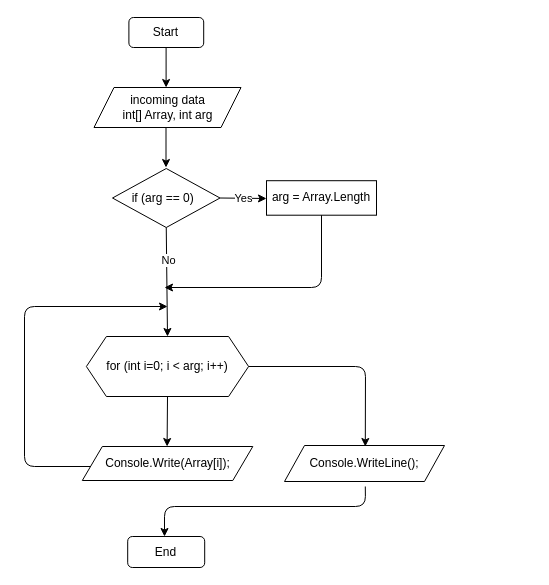
Earlier version of the draw.io diagram 2021/BlockDiagram/PrintArray_method.drawio (AbubakirovRA/FinalWork2021). Source tidied: cells renumbered, new cells numbered last; positions are measured from the earlier drawing's top-left corner, leaving out a move shared by most shapes. Both pictures are drawn from the tidied source at 100%, with x=0, y=0 at pixel (24, 17).
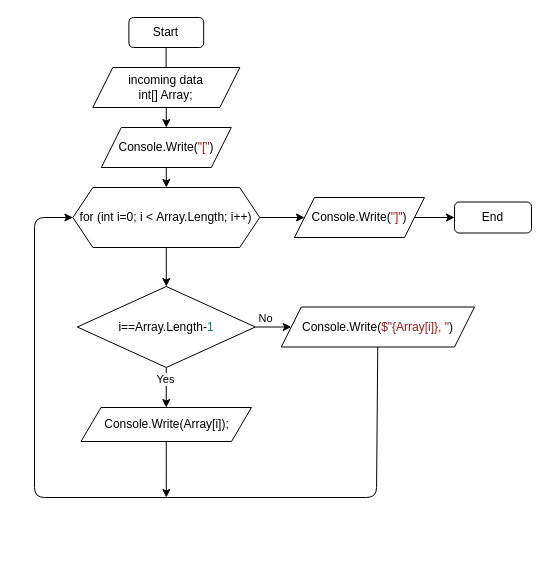
Above is the later version.

Commit message (it also covers changes not shown here):
Change block diagrams

Diff of the diagram source:
```diff
@@
+    <mxCell id="21" style="edgeStyle=none;html=1;entryX=0.5;entryY=0;entryDx=0;entryDy=0;" parent="1" edge="1" source="4" target="19">
+      <mxGeometry relative="1" as="geometry" />
+    </mxCell>
+    <mxCell id="14" value="Yes" style="edgeLabel;html=1;align=center;verticalAlign=middle;" parent="21" vertex="1">
+      <mxGeometry x="-0.41" y="-1" relative="1" as="geometry" />
+    </mxCell>
+    <mxCell id="22" style="edgeStyle=none;html=1;entryX=0;entryY=0.5;entryDx=0;entryDy=0;" parent="1" edge="1" source="4" target="28">
+      <mxGeometry relative="1" as="geometry" />
+    </mxCell>
+    <mxCell id="16" value="No" style="edgeLabel;html=1;align=center;verticalAlign=middle;" parent="22" vertex="1">
+      <mxGeometry x="0.41" y="1" relative="1" as="geometry">
+        <mxPoint x="-15" y="-8" as="offset" />
+      </mxGeometry>
+    </mxCell>
-    <mxCell id="4" value="if (arg == 0)&amp;nbsp;&amp;nbsp;" style="rhombus;whiteSpace=wrap;html=1;" parent="1" vertex="1">
-      <mxGeometry x="88" y="151" width="107.5" height="59" as="geometry" />
+    <mxCell id="4" value="&lt;div style=&quot;background-color: rgb(255 , 255 , 255) ; line-height: 19px&quot;&gt;&lt;font style=&quot;font-size: 12px&quot;&gt;i==Array.Length-&lt;span style=&quot;color: rgb(9 , 134 , 88)&quot;&gt;1&lt;/span&gt;&lt;/font&gt;&lt;/div&gt;" style="rhombus;whiteSpace=wrap;html=1;" parent="1" vertex="1">
+      <mxGeometry x="52.8" y="269" width="178" height="81" as="geometry" />
     </mxCell>
+    <mxCell id="23" style="edgeStyle=none;html=1;exitX=0.5;exitY=1;exitDx=0;exitDy=0;entryX=0.5;entryY=0;entryDx=0;entryDy=0;" parent="1" edge="1" source="5" target="4">
+      <mxGeometry relative="1" as="geometry" />
+    </mxCell>
+    <mxCell id="24" style="edgeStyle=none;html=1;" parent="1" edge="1" source="5" target="30">
+      <mxGeometry relative="1" as="geometry" />
+    </mxCell>
-    <mxCell id="5" value="for (int i=0; i &amp;lt; arg; i++)" style="shape=hexagon;perimeter=hexagonPerimeter2;whiteSpace=wrap;html=1;fixedSize=1;" parent="1" vertex="1">
-      <mxGeometry x="61.9" y="319" width="162.2" height="60" as="geometry" />
+    <mxCell id="5" value="for (int i=0; i &amp;lt;&amp;nbsp;Array.Length; i++)" style="shape=hexagon;perimeter=hexagonPerimeter2;whiteSpace=wrap;html=1;fixedSize=1;" parent="1" vertex="1">
+      <mxGeometry x="48.4" y="170" width="186.8" height="60" as="geometry" />
     </mxCell>
-    <mxCell id="6" style="endArrow=classic;html=1;exitX=0.5;exitY=1;exitDx=0;exitDy=0;" parent="1" edge="1" source="5">
-      <mxGeometry relative="1" as="geometry">
-        <mxPoint x="142.6" y="429" as="targetPoint" />
-      </mxGeometry>
-    </mxCell>
     <mxCell id="7" value="End" style="rounded=1;whiteSpace=wrap;html=1;" parent="1" vertex="1">
-      <mxGeometry x="103.2" y="519" width="77" height="31" as="geometry" />
+      <mxGeometry x="430" y="184.5" width="77" height="31" as="geometry" />
     </mxCell>
-    <mxCell id="8" style="endArrow=classic;html=1;exitX=0.5;exitY=1;exitDx=0;exitDy=0;" parent="1" edge="1">
-      <mxGeometry relative="1" as="geometry">
-        <mxPoint x="340.8" y="469" as="sourcePoint" />
-        <mxPoint x="140" y="519" as="targetPoint" />
-        <Array as="points">
-          <mxPoint x="341" y="489" />
-          <mxPoint x="140" y="489" />
-        </Array>
-      </mxGeometry>
-    </mxCell>
-    <mxCell id="9" style="endArrow=classic;html=1;exitX=0;exitY=0.5;exitDx=0;exitDy=0;" parent="1" edge="1">
-      <mxGeometry relative="1" as="geometry">
-        <mxPoint x="77" y="449" as="sourcePoint" />
-        <mxPoint x="143" y="289" as="targetPoint" />
-        <Array as="points">
-          <mxPoint y="449" />
-          <mxPoint y="289" />
-        </Array>
-      </mxGeometry>
-    </mxCell>
-    <mxCell id="10" style="endArrow=classic;html=1;entryX=0.5;entryY=0;entryDx=0;entryDy=0;exitX=1;exitY=0.5;exitDx=0;exitDy=0;" parent="1" edge="1" source="5">
-      <mxGeometry relative="1" as="geometry">
-        <mxPoint x="340.8" y="429" as="targetPoint" />
-        <Array as="points">
-          <mxPoint x="341" y="349" />
-        </Array>
-      </mxGeometry>
-    </mxCell>
-    <mxCell id="11" style="endArrow=classic;html=1;" parent="1" edge="1">
-      <mxGeometry relative="1" as="geometry">
-        <mxPoint x="141.5" y="110" as="sourcePoint" />
-        <mxPoint x="141.5" y="150" as="targetPoint" />
-      </mxGeometry>
-    </mxCell>
-    <mxCell id="12" value="&lt;span&gt;arg = Array.Length&lt;/span&gt;" style="rounded=0;whiteSpace=wrap;html=1;" parent="1" vertex="1">
-      <mxGeometry x="242" y="163.2" width="110" height="34.5" as="geometry" />
-    </mxCell>
-    <mxCell id="13" style="endArrow=classic;html=1;exitX=1;exitY=0.5;exitDx=0;exitDy=0;" parent="1" edge="1" source="4">
-      <mxGeometry relative="1" as="geometry">
-        <mxPoint x="242" y="181" as="targetPoint" />
-      </mxGeometry>
-    </mxCell>
-    <mxCell id="14" value="Yes" style="edgeLabel;html=1;align=center;verticalAlign=middle;" parent="13" vertex="1">
-      <mxGeometry x="-0.39" y="-2" relative="1" as="geometry">
-        <mxPoint x="9" y="-2" as="offset" />
-      </mxGeometry>
-    </mxCell>
-    <mxCell id="15" style="endArrow=classic;html=1;exitX=0.5;exitY=1;exitDx=0;exitDy=0;entryX=0.5;entryY=0;entryDx=0;entryDy=0;" parent="1" edge="1" source="4" target="5">
-      <mxGeometry relative="1" as="geometry" />
-    </mxCell>
-    <mxCell id="16" value="No" style="edgeLabel;html=1;align=center;verticalAlign=middle;" parent="15" vertex="1">
-      <mxGeometry x="-0.39" y="1" relative="1" as="geometry" />
-    </mxCell>
-    <mxCell id="17" style="endArrow=classic;html=1;exitX=0.5;exitY=1;exitDx=0;exitDy=0;" parent="1" edge="1" source="12">
-      <mxGeometry relative="1" as="geometry">
-        <mxPoint x="140" y="270" as="targetPoint" />
-        <Array as="points">
-          <mxPoint x="297" y="270" />
-        </Array>
-      </mxGeometry>
-    </mxCell>
+    <mxCell id="25" style="edgeStyle=none;html=1;entryX=0.5;entryY=0;entryDx=0;entryDy=0;" parent="1" edge="1" source="18" target="32">
+      <mxGeometry relative="1" as="geometry" />
+    </mxCell>
-    <mxCell id="18" value="&lt;span&gt;incoming data&lt;/span&gt;&lt;br&gt;&lt;span&gt;int[] Array, int arg&lt;/span&gt;" style="shape=parallelogram;perimeter=parallelogramPerimeter;whiteSpace=wrap;html=1;fixedSize=1;" parent="1" vertex="1">
-      <mxGeometry x="69.5" y="70" width="147" height="40" as="geometry" />
+    <mxCell id="18" value="&lt;span&gt;incoming data&lt;/span&gt;&lt;br&gt;&lt;span&gt;int[] Array;&lt;/span&gt;" style="shape=parallelogram;perimeter=parallelogramPerimeter;whiteSpace=wrap;html=1;fixedSize=1;" parent="1" vertex="1">
+      <mxGeometry x="68.3" y="50" width="147" height="40" as="geometry" />
     </mxCell>
+    <mxCell id="26" style="edgeStyle=none;html=1;" parent="1" edge="1" source="19">
+      <mxGeometry relative="1" as="geometry">
+        <mxPoint x="141.8" y="480" as="targetPoint" />
+      </mxGeometry>
+    </mxCell>
     <mxCell id="19" value="&lt;span&gt;Console.Write(Array[i]);&lt;/span&gt;" style="shape=parallelogram;perimeter=parallelogramPerimeter;whiteSpace=wrap;html=1;fixedSize=1;" parent="1" vertex="1">
-      <mxGeometry x="57.8" y="429" width="170.5" height="34" as="geometry" />
+      <mxGeometry x="56.5" y="390" width="170.5" height="34" as="geometry" />
     </mxCell>
-    <mxCell id="20" value="&lt;span&gt;Console.WriteLine();&lt;/span&gt;" style="shape=parallelogram;perimeter=parallelogramPerimeter;whiteSpace=wrap;html=1;fixedSize=1;" parent="1" vertex="1">
-      <mxGeometry x="260" y="428" width="160" height="36" as="geometry" />
-    </mxCell>
+    <mxCell id="27" style="edgeStyle=none;html=1;entryX=0;entryY=0.5;entryDx=0;entryDy=0;" parent="1" edge="1" source="28" target="5">
+      <mxGeometry relative="1" as="geometry">
+        <Array as="points">
+          <mxPoint x="352" y="480" />
+          <mxPoint x="10" y="480" />
+          <mxPoint x="10" y="200" />
+        </Array>
+      </mxGeometry>
+    </mxCell>
+    <mxCell id="28" value="&lt;div style=&quot;background-color: rgb(255 , 255 , 255) ; line-height: 19px&quot;&gt;&lt;font style=&quot;font-size: 12px&quot;&gt;Console.Write(&lt;span style=&quot;color: rgb(163 , 21 , 21)&quot;&gt;$&quot;{Array[i]}, &quot;&lt;/span&gt;)&lt;/font&gt;&lt;/div&gt;" style="shape=parallelogram;perimeter=parallelogramPerimeter;whiteSpace=wrap;html=1;fixedSize=1;" parent="1" vertex="1">
+      <mxGeometry x="256.8" y="289.5" width="193.2" height="40" as="geometry" />
+    </mxCell>
+    <mxCell id="29" style="edgeStyle=none;html=1;" parent="1" edge="1" source="30">
+      <mxGeometry relative="1" as="geometry">
+        <mxPoint x="430" y="200" as="targetPoint" />
+      </mxGeometry>
+    </mxCell>
+    <mxCell id="30" value="&lt;span style=&quot;background-color: rgb(255 , 255 , 255)&quot;&gt;Console.Write(&lt;/span&gt;&lt;span style=&quot;background-color: rgb(255 , 255 , 255) ; color: rgb(163 , 21 , 21)&quot;&gt;&quot;]&quot;&lt;/span&gt;&lt;span style=&quot;background-color: rgb(255 , 255 , 255)&quot;&gt;)&lt;/span&gt;" style="shape=parallelogram;perimeter=parallelogramPerimeter;whiteSpace=wrap;html=1;fixedSize=1;" parent="1" vertex="1">
+      <mxGeometry x="270" y="180" width="130" height="40" as="geometry" />
+    </mxCell>
+    <mxCell id="31" style="edgeStyle=none;html=1;entryX=0.5;entryY=0;entryDx=0;entryDy=0;" parent="1" edge="1" source="32" target="5">
+      <mxGeometry relative="1" as="geometry" />
+    </mxCell>
+    <mxCell id="32" value="&lt;span style=&quot;background-color: rgb(255 , 255 , 255)&quot;&gt;Console.Write(&lt;/span&gt;&lt;span style=&quot;background-color: rgb(255 , 255 , 255) ; color: rgb(163 , 21 , 21)&quot;&gt;&quot;[&quot;&lt;/span&gt;&lt;span style=&quot;background-color: rgb(255 , 255 , 255)&quot;&gt;)&lt;/span&gt;" style="shape=parallelogram;perimeter=parallelogramPerimeter;whiteSpace=wrap;html=1;fixedSize=1;" parent="1" vertex="1">
+      <mxGeometry x="76.8" y="110" width="130" height="40" as="geometry" />
+    </mxCell>
```
